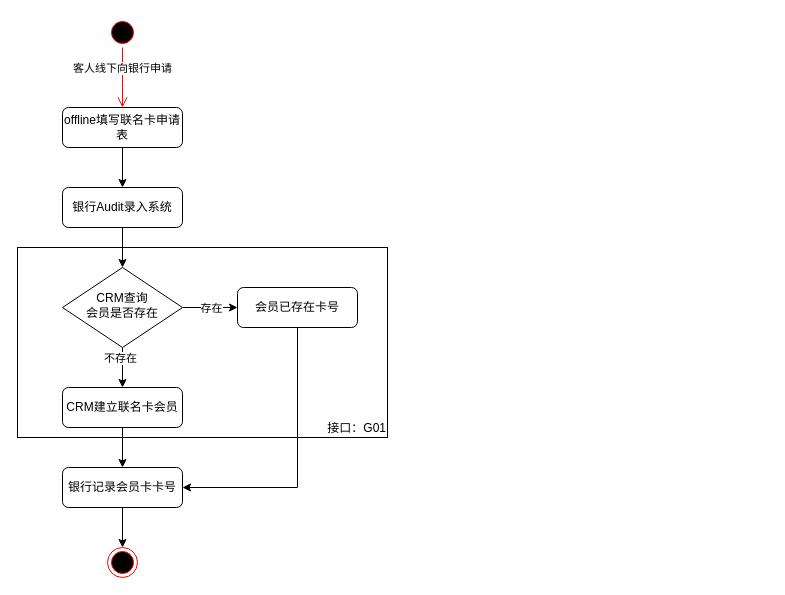
Earlier version of the draw.io diagram page "联名卡开卡" (6 of 7) of DM会员注册.drawio (luss613/draw.io). Source tidied: cells renumbered, new cells numbered last; positions are measured from the earlier drawing's top-left corner, leaving out a move shared by most shapes. Both pictures are drawn from the tidied source at 100%, with x=0, y=0 at pixel (17, 17).
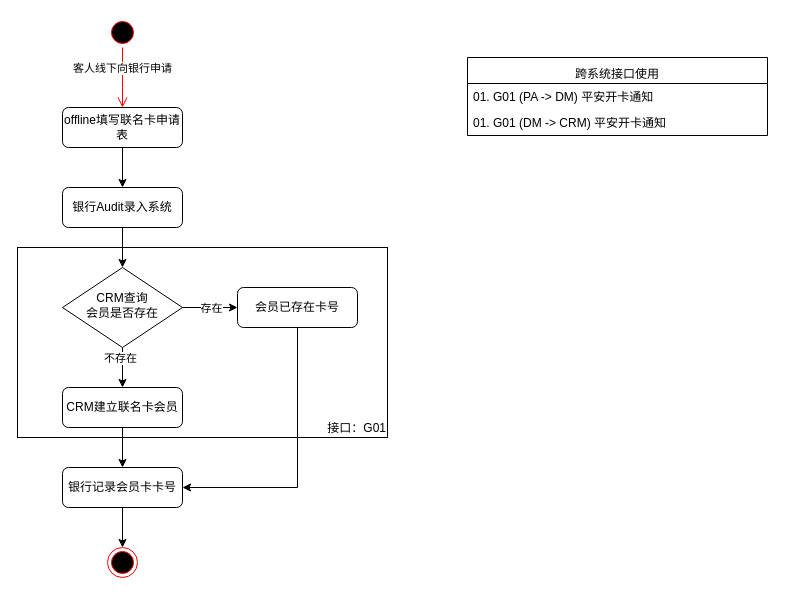
The same page after the edit.

Change to the diagram source:
```diff
@@
+    <mxCell id="21" value="跨系统接口使用" style="swimlane;fontStyle=0;horizontal=1;startSize=26;align=center;verticalAlign=bottom;" parent="1" vertex="1">
+      <mxGeometry x="450" y="40" width="300" height="78" as="geometry" />
+    </mxCell>
+    <mxCell id="22" value="01. G01 (PA -&gt; DM) 平安开卡通知" style="text;strokeColor=none;fillColor=none;align=left;verticalAlign=top;spacingLeft=4;spacingRight=4;overflow=hidden;" parent="21" vertex="1">
+      <mxGeometry y="26" width="300" height="26" as="geometry" />
+    </mxCell>
+    <mxCell id="23" value="01. G01 (DM -&gt; CRM) 平安开卡通知" style="text;strokeColor=none;fillColor=none;align=left;verticalAlign=top;spacingLeft=4;spacingRight=4;overflow=hidden;" parent="21" vertex="1">
+      <mxGeometry y="52" width="300" height="26" as="geometry" />
+    </mxCell>
```
